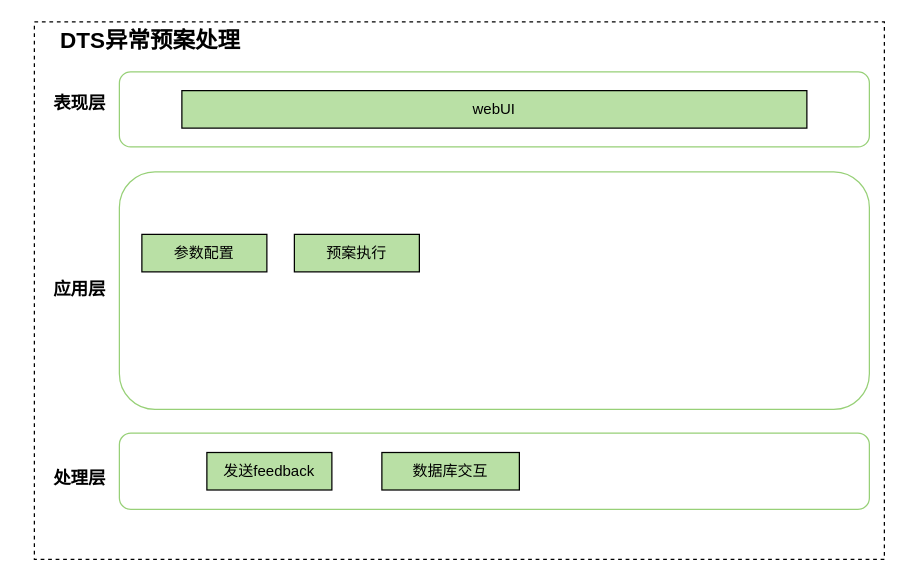
The draw.io diagram dts002.drawio in Janxun/graph, before the edit. Source tidied: cells renumbered, new cells numbered last; positions are measured from the earlier drawing's top-left corner, leaving out a move shared by most shapes. Both pictures are drawn from the tidied source at 125%, with x=0, y=0 at pixel (21, 21).
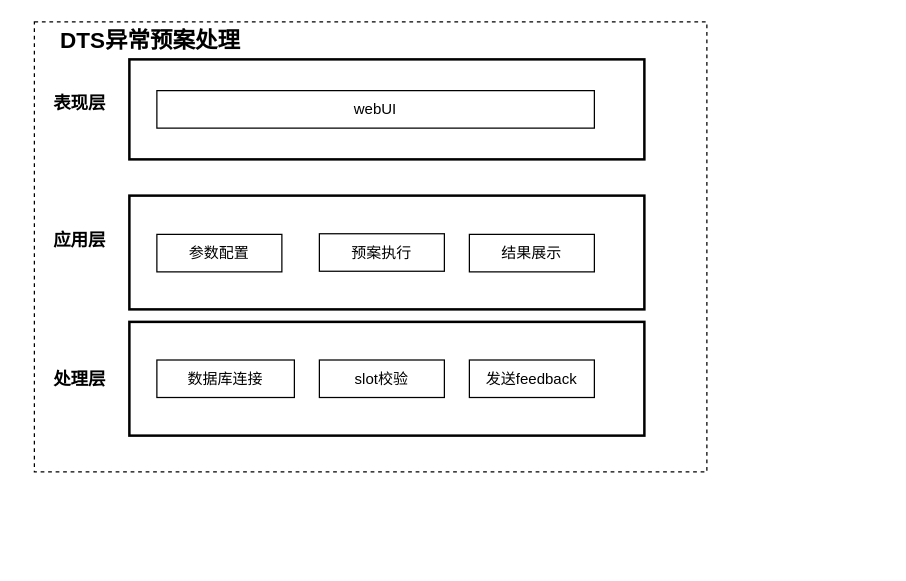
After the change.

The edit, as a diff of the source:
```diff
@@
 <mxGraphModel>
   <root>
     <mxCell id="0" />
     <mxCell id="1" parent="0" />
     <mxCell id="2" style="rounded=0;whiteSpace=wrap;html=1;dashed=1;" parent="1" vertex="1">
-      <mxGeometry x="10" width="680" height="430" as="geometry" />
+      <mxGeometry x="10" width="538" height="360" as="geometry" />
     </mxCell>
-    <mxCell id="3" style="rounded=1;whiteSpace=wrap;html=1;fontSize=12;fillColor=#FFFFFF;strokeColor=#97D077;" parent="1" vertex="1">
-      <mxGeometry x="78" y="120" width="600" height="190" as="geometry" />
-    </mxCell>
-    <mxCell id="4" style="rounded=1;whiteSpace=wrap;html=1;strokeColor=#97D077;fillColor=#FFFFFF;" parent="1" vertex="1">
-      <mxGeometry x="78" y="329" width="600" height="61" as="geometry" />
-    </mxCell>
+    <mxCell id="15" style="rounded=0;whiteSpace=wrap;html=1;strokeWidth=2;" parent="1" vertex="1">
+      <mxGeometry x="86" y="240" width="412" height="91" as="geometry" />
+    </mxCell>
+    <mxCell id="16" style="rounded=0;whiteSpace=wrap;html=1;strokeWidth=2;" parent="1" vertex="1">
+      <mxGeometry x="86" y="30" width="412" height="80" as="geometry" />
+    </mxCell>
+    <mxCell id="17" style="rounded=0;whiteSpace=wrap;html=1;strokeWidth=2;" parent="1" vertex="1">
+      <mxGeometry x="86" y="139" width="412" height="91" as="geometry" />
+    </mxCell>
     <mxCell id="5" value="&lt;font style=&quot;font-size: 14px&quot;&gt;&lt;b&gt;应用层&lt;/b&gt;&lt;/font&gt;" style="text;html=1;strokeColor=none;fillColor=none;align=center;verticalAlign=middle;whiteSpace=wrap;rounded=0;" parent="1" vertex="1">
-      <mxGeometry y="199" width="92.5" height="30" as="geometry" />
+      <mxGeometry y="160" width="92.5" height="30" as="geometry" />
     </mxCell>
     <mxCell id="6" value="&lt;font style=&quot;font-size: 14px&quot;&gt;&lt;b&gt;处理层&lt;/b&gt;&lt;/font&gt;" style="text;html=1;strokeColor=none;fillColor=none;align=center;verticalAlign=middle;whiteSpace=wrap;rounded=0;" parent="1" vertex="1">
-      <mxGeometry y="350" width="92.5" height="30" as="geometry" />
+      <mxGeometry y="270.5" width="92.5" height="30" as="geometry" />
     </mxCell>
-    <mxCell id="7" style="rounded=1;whiteSpace=wrap;html=1;fontSize=12;fillColor=#FFFFFF;strokeColor=#97D077;" parent="1" vertex="1">
-      <mxGeometry x="78" y="40" width="600" height="60" as="geometry" />
-    </mxCell>
-    <mxCell id="8" value="webUI" style="rounded=0;whiteSpace=wrap;html=1;fontSize=12;fillColor=#B9E0A5;" parent="1" vertex="1">
-      <mxGeometry x="128" y="55" width="500" height="30" as="geometry" />
+    <mxCell id="8" value="webUI" style="rounded=0;whiteSpace=wrap;html=1;fontSize=12;fillColor=none;" parent="1" vertex="1">
+      <mxGeometry x="108" y="55" width="350" height="30" as="geometry" />
     </mxCell>
     <mxCell id="9" value="&lt;font style=&quot;font-size: 14px&quot;&gt;&lt;b&gt;表现层&lt;/b&gt;&lt;/font&gt;" style="text;html=1;strokeColor=none;fillColor=none;align=center;verticalAlign=middle;whiteSpace=wrap;rounded=0;" parent="1" vertex="1">
       <mxGeometry y="50" width="92.5" height="30" as="geometry" />
     </mxCell>
-    <mxCell id="10" value="数据库交互" style="rounded=0;whiteSpace=wrap;html=1;fontSize=12;fillColor=#B9E0A5;" parent="1" vertex="1">
-      <mxGeometry x="288" y="344.5" width="110" height="30" as="geometry" />
+    <mxCell id="10" value="数据库连接" style="rounded=0;whiteSpace=wrap;html=1;fontSize=12;fillColor=none;" parent="1" vertex="1">
+      <mxGeometry x="108" y="270.5" width="110" height="30" as="geometry" />
     </mxCell>
     <mxCell id="11" value="&lt;b&gt;&lt;font style=&quot;font-size: 18px&quot;&gt;DTS异常预案处理&lt;/font&gt;&lt;/b&gt;" style="text;html=1;strokeColor=none;fillColor=none;align=center;verticalAlign=middle;whiteSpace=wrap;rounded=0;fontFamily=Helvetica;" parent="1" vertex="1">
       <mxGeometry x="28" width="150" height="30" as="geometry" />
     </mxCell>
-    <mxCell id="12" value="参数配置" style="rounded=0;whiteSpace=wrap;html=1;fontSize=12;fillColor=#B9E0A5;" parent="1" vertex="1">
-      <mxGeometry x="96" y="170" width="100" height="30" as="geometry" />
+    <mxCell id="12" value="参数配置" style="rounded=0;whiteSpace=wrap;html=1;fontSize=12;fillColor=none;" parent="1" vertex="1">
+      <mxGeometry x="108" y="170" width="100" height="30" as="geometry" />
     </mxCell>
-    <mxCell id="13" value="发送feedback" style="rounded=0;whiteSpace=wrap;html=1;fontSize=12;fillColor=#B9E0A5;" parent="1" vertex="1">
-      <mxGeometry x="148" y="344.5" width="100" height="30" as="geometry" />
+    <mxCell id="13" value="发送feedback" style="rounded=0;whiteSpace=wrap;html=1;fontSize=12;fillColor=none;" parent="1" vertex="1">
+      <mxGeometry x="358" y="270.5" width="100" height="30" as="geometry" />
     </mxCell>
-    <mxCell id="14" value="预案执行" style="rounded=0;whiteSpace=wrap;html=1;fontSize=12;fillColor=#B9E0A5;" parent="1" vertex="1">
-      <mxGeometry x="218" y="170" width="100" height="30" as="geometry" />
+    <mxCell id="14" value="预案执行" style="rounded=0;whiteSpace=wrap;html=1;fontSize=12;fillColor=none;" parent="1" vertex="1">
+      <mxGeometry x="238" y="169.5" width="100" height="30" as="geometry" />
     </mxCell>
+    <mxCell id="18" value="slot校验" style="rounded=0;whiteSpace=wrap;html=1;fontSize=12;fillColor=none;" parent="1" vertex="1">
+      <mxGeometry x="238" y="270.5" width="100" height="30" as="geometry" />
+    </mxCell>
+    <mxCell id="19" value="结果展示" style="rounded=0;whiteSpace=wrap;html=1;fontSize=12;fillColor=none;" parent="1" vertex="1">
+      <mxGeometry x="358" y="170" width="100" height="30" as="geometry" />
+    </mxCell>
   </root>
 </mxGraphModel>
```
